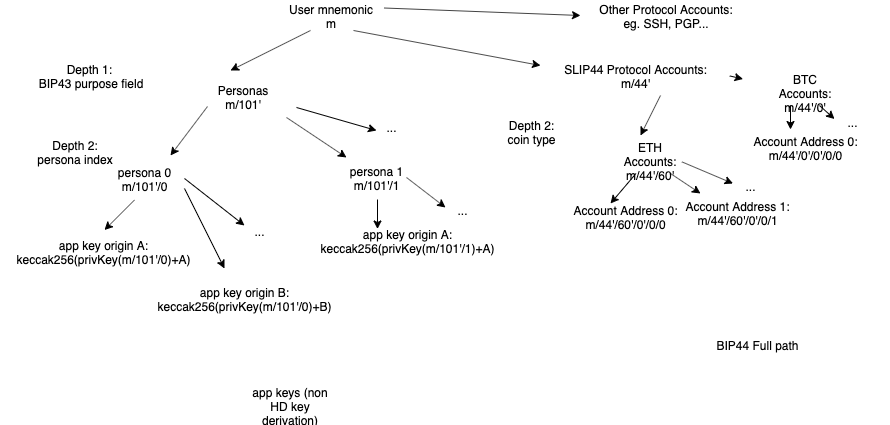
Earlier version of the draw.io export HDtree.png (Bunjin/metamask-research). Source tidied: cells renumbered, new cells last; positions are measured from the earlier drawing's top-left corner, leaving out a move shared by most shapes.
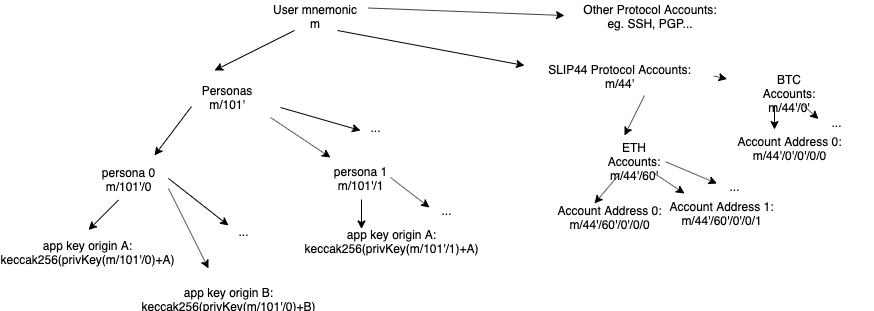
The same file after the commit.

The edit, as a diff of the source:
```diff
@@ -31,12 +31,6 @@
         <mxPoint x="104" y="224.5" as="targetPoint" />
       </mxGeometry>
     </mxCell>
-    <mxCell id="9" value="Depth 1: &lt;br&gt;BIP43 purpose field" style="text;html=1;strokeColor=none;fillColor=none;align=center;verticalAlign=middle;whiteSpace=wrap;rounded=0;" parent="1" vertex="1">
-      <mxGeometry y="60" width="180" height="20" as="geometry" />
-    </mxCell>
-    <mxCell id="10" value="Depth 2:&lt;br&gt;persona index" style="text;html=1;strokeColor=none;fillColor=none;align=center;verticalAlign=middle;whiteSpace=wrap;rounded=0;" parent="1" vertex="1">
-      <mxGeometry x="34" y="136.5" width="80" height="20" as="geometry" />
-    </mxCell>
     <mxCell id="11" style="endArrow=classic;html=1;" parent="1" edge="1">
       <mxGeometry relative="1" as="geometry">
         <mxPoint x="184" y="183" as="sourcePoint" />
@@ -91,9 +85,6 @@
     <mxCell id="22" value="..." style="text;html=1;strokeColor=none;fillColor=none;align=center;verticalAlign=middle;whiteSpace=wrap;rounded=0;" parent="1" vertex="1">
       <mxGeometry x="447" y="195" width="30" height="20" as="geometry" />
     </mxCell>
-    <mxCell id="23" value="app keys (non HD key derivation)" style="text;html=1;strokeColor=none;fillColor=none;align=center;verticalAlign=middle;whiteSpace=wrap;rounded=0;" parent="1" vertex="1">
-      <mxGeometry x="250" y="390" width="80" height="20" as="geometry" />
-    </mxCell>
     <mxCell id="24" style="endArrow=classic;html=1;" parent="1" edge="1">
       <mxGeometry relative="1" as="geometry">
         <mxPoint x="353" y="25" as="sourcePoint" />
@@ -165,9 +156,6 @@
     <mxCell id="39" value="..." style="text;html=1;strokeColor=none;fillColor=none;align=center;verticalAlign=middle;whiteSpace=wrap;rounded=0;" parent="1" vertex="1">
       <mxGeometry x="837" y="106.5" width="30" height="20" as="geometry" />
     </mxCell>
-    <mxCell id="40" value="BIP44 Full path" style="text;html=1;strokeColor=none;fillColor=none;align=center;verticalAlign=middle;whiteSpace=wrap;rounded=0;" parent="1" vertex="1">
-      <mxGeometry x="691.5" y="330" width="130" height="20" as="geometry" />
-    </mxCell>
     <mxCell id="41" style="endArrow=classic;html=1;" parent="1" edge="1">
       <mxGeometry relative="1" as="geometry">
         <mxPoint x="383.5" y="2.5" as="sourcePoint" />
@@ -177,8 +165,5 @@
     <mxCell id="42" value="Other Protocol Accounts:&lt;br&gt;eg. SSH, PGP..." style="text;html=1;strokeColor=none;fillColor=none;align=center;verticalAlign=middle;whiteSpace=wrap;rounded=0;" parent="1" vertex="1">
       <mxGeometry x="580.5" width="169" height="20" as="geometry" />
     </mxCell>
-    <mxCell id="43" value="Depth 2:&lt;br&gt;coin type" style="text;html=1;strokeColor=none;fillColor=none;align=center;verticalAlign=middle;whiteSpace=wrap;rounded=0;" parent="1" vertex="1">
-      <mxGeometry x="490" y="116.5" width="80" height="20" as="geometry" />
-    </mxCell>
   </root>
 </mxGraphModel>
```
